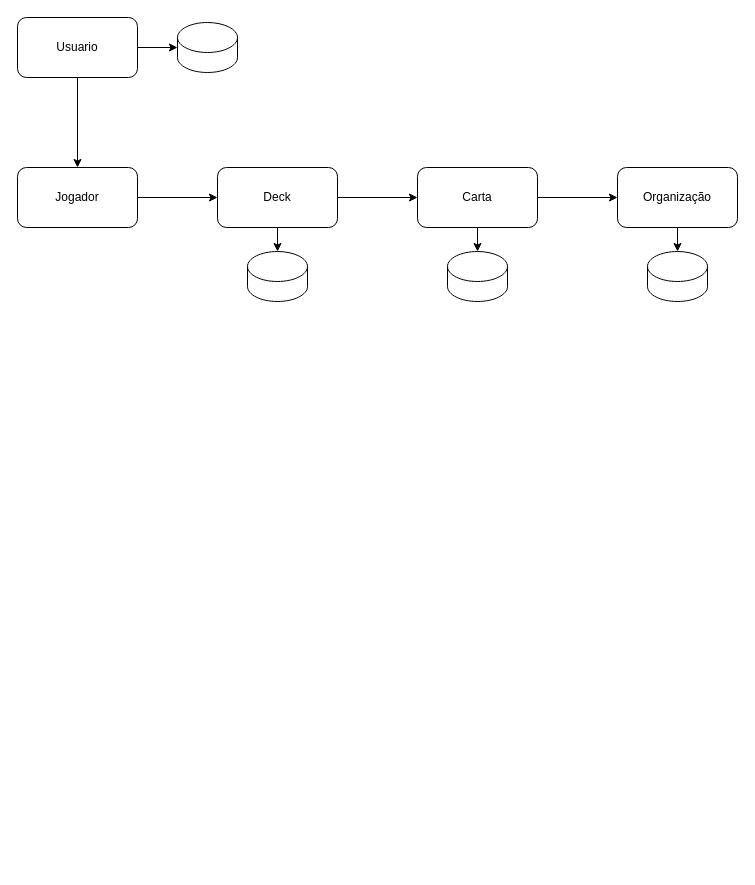
The draw.io diagram Diagrama sem nome.drawio in acrsantana/PlanningPoker, before the edit. Source tidied: cells renumbered, new cells numbered last; positions are measured from the earlier drawing's top-left corner, leaving out a move shared by most shapes. Both pictures are drawn from the tidied source at 100%, with x=0, y=0 at pixel (17, 17).
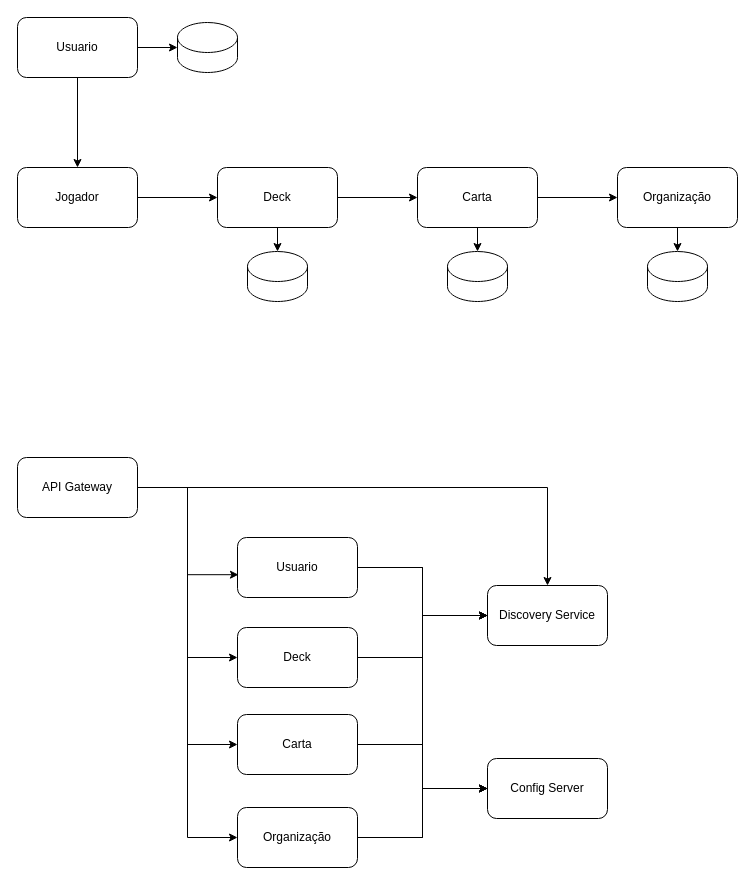
The same diagram, later.

Diff of the diagram source:
```diff
@@
+    <mxCell id="19" value="Discovery Service" style="rounded=1;whiteSpace=wrap;html=1;" parent="1" vertex="1">
+      <mxGeometry x="470" y="568" width="120" height="60" as="geometry" />
+    </mxCell>
+    <mxCell id="20" style="edgeStyle=orthogonalEdgeStyle;rounded=0;jettySize=auto;html=1;entryX=0.5;entryY=0;entryDx=0;entryDy=0;" parent="1" edge="1" source="25" target="19">
+      <mxGeometry relative="1" as="geometry" />
+    </mxCell>
+    <mxCell id="21" style="edgeStyle=orthogonalEdgeStyle;rounded=0;jettySize=auto;html=1;entryX=0.008;entryY=0.62;entryDx=0;entryDy=0;entryPerimeter=0;" parent="1" edge="1" source="25" target="28">
+      <mxGeometry relative="1" as="geometry" />
+    </mxCell>
+    <mxCell id="22" style="edgeStyle=orthogonalEdgeStyle;rounded=0;jettySize=auto;html=1;entryX=0;entryY=0.5;entryDx=0;entryDy=0;" parent="1" edge="1" source="25" target="31">
+      <mxGeometry relative="1" as="geometry" />
+    </mxCell>
+    <mxCell id="23" style="edgeStyle=orthogonalEdgeStyle;rounded=0;jettySize=auto;html=1;entryX=0;entryY=0.5;entryDx=0;entryDy=0;" parent="1" edge="1" source="25" target="34">
+      <mxGeometry relative="1" as="geometry" />
+    </mxCell>
+    <mxCell id="24" style="edgeStyle=orthogonalEdgeStyle;rounded=0;jettySize=auto;html=1;entryX=0;entryY=0.5;entryDx=0;entryDy=0;" parent="1" edge="1" source="25" target="37">
+      <mxGeometry relative="1" as="geometry" />
+    </mxCell>
+    <mxCell id="25" value="API Gateway" style="rounded=1;whiteSpace=wrap;html=1;" parent="1" vertex="1">
+      <mxGeometry y="440" width="120" height="60" as="geometry" />
+    </mxCell>
+    <mxCell id="26" style="edgeStyle=orthogonalEdgeStyle;rounded=0;jettySize=auto;html=1;entryX=0;entryY=0.5;entryDx=0;entryDy=0;" parent="1" edge="1" source="28" target="19">
+      <mxGeometry relative="1" as="geometry" />
+    </mxCell>
+    <mxCell id="27" style="edgeStyle=orthogonalEdgeStyle;rounded=0;jettySize=auto;html=1;entryX=0;entryY=0.5;entryDx=0;entryDy=0;" parent="1" edge="1" source="28" target="38">
+      <mxGeometry relative="1" as="geometry" />
+    </mxCell>
+    <mxCell id="28" value="Usuario" style="rounded=1;whiteSpace=wrap;html=1;" parent="1" vertex="1">
+      <mxGeometry x="220" y="520" width="120" height="60" as="geometry" />
+    </mxCell>
+    <mxCell id="29" style="edgeStyle=orthogonalEdgeStyle;rounded=0;jettySize=auto;html=1;entryX=0;entryY=0.5;entryDx=0;entryDy=0;" parent="1" edge="1" source="31" target="19">
+      <mxGeometry relative="1" as="geometry" />
+    </mxCell>
+    <mxCell id="30" style="edgeStyle=orthogonalEdgeStyle;rounded=0;jettySize=auto;html=1;entryX=0;entryY=0.5;entryDx=0;entryDy=0;" parent="1" edge="1" source="31" target="38">
+      <mxGeometry relative="1" as="geometry" />
+    </mxCell>
+    <mxCell id="31" value="Deck" style="rounded=1;whiteSpace=wrap;html=1;" parent="1" vertex="1">
+      <mxGeometry x="220" y="610" width="120" height="60" as="geometry" />
+    </mxCell>
+    <mxCell id="32" style="edgeStyle=orthogonalEdgeStyle;rounded=0;jettySize=auto;html=1;entryX=0;entryY=0.5;entryDx=0;entryDy=0;" parent="1" edge="1" source="34" target="19">
+      <mxGeometry relative="1" as="geometry" />
+    </mxCell>
+    <mxCell id="33" style="edgeStyle=orthogonalEdgeStyle;rounded=0;jettySize=auto;html=1;entryX=0;entryY=0.5;entryDx=0;entryDy=0;" parent="1" edge="1" source="34" target="38">
+      <mxGeometry relative="1" as="geometry" />
+    </mxCell>
+    <mxCell id="34" value="Carta" style="rounded=1;whiteSpace=wrap;html=1;" parent="1" vertex="1">
+      <mxGeometry x="220" y="697" width="120" height="60" as="geometry" />
+    </mxCell>
+    <mxCell id="35" style="edgeStyle=orthogonalEdgeStyle;rounded=0;jettySize=auto;html=1;entryX=0;entryY=0.5;entryDx=0;entryDy=0;" parent="1" edge="1" source="37" target="19">
+      <mxGeometry relative="1" as="geometry" />
+    </mxCell>
+    <mxCell id="36" style="edgeStyle=orthogonalEdgeStyle;rounded=0;jettySize=auto;html=1;entryX=0;entryY=0.5;entryDx=0;entryDy=0;" parent="1" edge="1" source="37" target="38">
+      <mxGeometry relative="1" as="geometry" />
+    </mxCell>
+    <mxCell id="37" value="Organização" style="rounded=1;whiteSpace=wrap;html=1;" parent="1" vertex="1">
+      <mxGeometry x="220" y="790" width="120" height="60" as="geometry" />
+    </mxCell>
+    <mxCell id="38" value="Config Server" style="rounded=1;whiteSpace=wrap;html=1;" parent="1" vertex="1">
+      <mxGeometry x="470" y="741" width="120" height="60" as="geometry" />
+    </mxCell>
```
